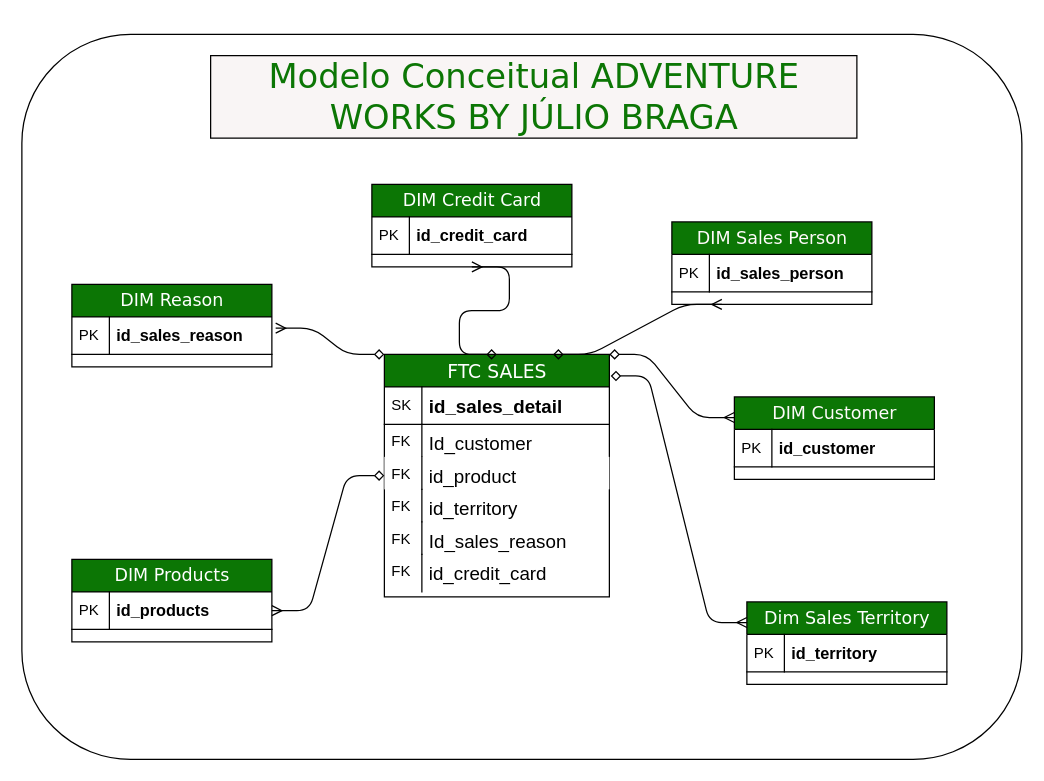
This is Diagrama sem nome.drawio from juliobragadataanalyst/LH_AW_JULIO_BRAGA, a draw.io file, before an edit. Source tidied: cells renumbered, new cells numbered last; positions are measured from the earlier drawing's top-left corner, leaving out a move shared by most shapes. Both pictures are drawn from the tidied source at 125%, with x=0, y=0 at pixel (21, 21).
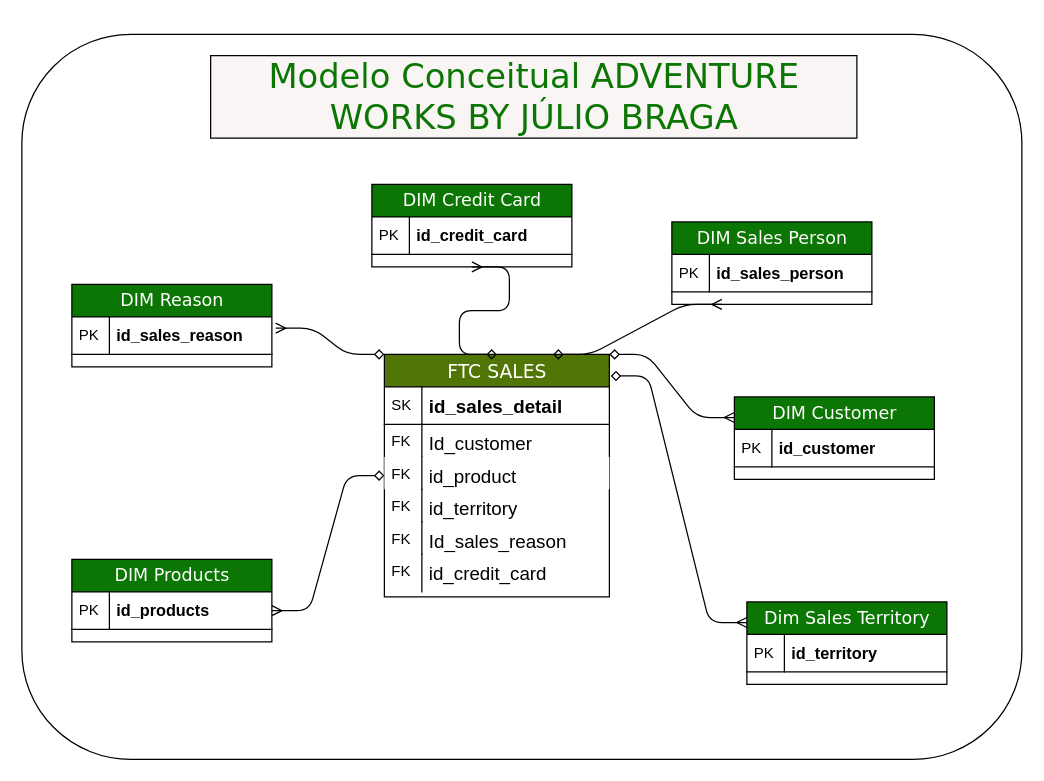
Above is the later version.

Change to the diagram source:
```diff
@@
-    <mxCell id="3" value="FTC SALES" style="swimlane;html=1;fontStyle=0;horizontal=1;startSize=26;fillColor=#0c7605;swimlaneFillColor=#ffffff;align=center;rounded=0;shadow=0;comic=0;labelBackgroundColor=none;strokeWidth=1;fontFamily=Verdana;fontSize=15;fontColor=#ffffff;" parent="1" vertex="1">
+    <mxCell id="3" value="FTC SALES" style="swimlane;html=1;fontStyle=0;horizontal=1;startSize=26;fillColor=#527605;swimlaneFillColor=#ffffff;align=center;rounded=0;shadow=0;comic=0;labelBackgroundColor=none;strokeWidth=1;fontFamily=Verdana;fontSize=15;fontColor=#ffffff;" parent="1" vertex="1">
       <mxGeometry x="290" y="266" width="180" height="194" as="geometry" />
     </mxCell>
```
